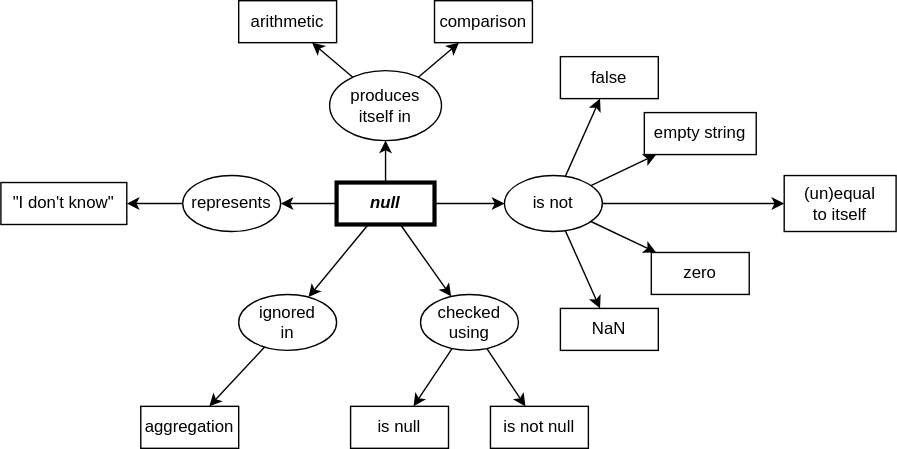
This is res/img/concept_map_null.svg from gvwilson/sql-tutorial, a draw.io export, as it was before one commit. Source tidied: cells renumbered, new cells last; positions are measured from the earlier drawing's top-left corner, leaving out a move shared by most shapes. Its diagram source:
```xml
<mxGraphModel>
  <root>
    <mxCell id="0" />
    <mxCell id="1" parent="0" />
    <mxCell id="2" value="&lt;i&gt;&lt;b&gt;null&lt;/b&gt;&lt;/i&gt;" style="rounded=0;whiteSpace=wrap;html=1;fillColor=none;strokeWidth=3;" parent="1" vertex="1">
      <mxGeometry x="240" y="130" width="70" height="30" as="geometry" />
    </mxCell>
    <mxCell id="3" value="is not" style="ellipse;whiteSpace=wrap;html=1;fillColor=none;" parent="1" vertex="1">
      <mxGeometry x="360" y="125" width="70" height="40" as="geometry" />
    </mxCell>
    <mxCell id="4" style="endArrow=classic;html=1;rounded=0;" parent="1" edge="1" source="2" target="3">
      <mxGeometry relative="1" as="geometry" />
    </mxCell>
    <mxCell id="5" style="endArrow=classic;html=1;rounded=0;" parent="1" edge="1" source="3" target="9">
      <mxGeometry relative="1" as="geometry" />
    </mxCell>
    <mxCell id="6" style="endArrow=classic;html=1;rounded=0;" parent="1" edge="1" source="3" target="10">
      <mxGeometry relative="1" as="geometry" />
    </mxCell>
    <mxCell id="7" style="endArrow=classic;html=1;rounded=0;" parent="1" edge="1" source="3" target="11">
      <mxGeometry relative="1" as="geometry" />
    </mxCell>
    <mxCell id="8" style="endArrow=classic;html=1;rounded=0;" parent="1" edge="1" source="3" target="12">
      <mxGeometry relative="1" as="geometry" />
    </mxCell>
    <mxCell id="9" value="false" style="rounded=0;whiteSpace=wrap;html=1;fillColor=none;" parent="1" vertex="1">
      <mxGeometry x="400" y="40" width="70" height="30" as="geometry" />
    </mxCell>
    <mxCell id="10" value="empty string" style="rounded=0;whiteSpace=wrap;html=1;fillColor=none;" parent="1" vertex="1">
      <mxGeometry x="460" y="80" width="80" height="30" as="geometry" />
    </mxCell>
    <mxCell id="11" value="zero" style="rounded=0;whiteSpace=wrap;html=1;fillColor=none;" parent="1" vertex="1">
      <mxGeometry x="465" y="180" width="70" height="30" as="geometry" />
    </mxCell>
    <mxCell id="12" value="NaN" style="rounded=0;whiteSpace=wrap;html=1;fillColor=none;" parent="1" vertex="1">
      <mxGeometry x="400" y="220" width="70" height="30" as="geometry" />
    </mxCell>
    <mxCell id="13" value="represents" style="ellipse;whiteSpace=wrap;html=1;fillColor=none;" parent="1" vertex="1">
      <mxGeometry x="130" y="125" width="70" height="40" as="geometry" />
    </mxCell>
    <mxCell id="14" style="endArrow=classic;html=1;rounded=0;" parent="1" edge="1" source="2" target="13">
      <mxGeometry relative="1" as="geometry" />
    </mxCell>
    <mxCell id="15" value="&quot;I don't know&quot;" style="rounded=0;whiteSpace=wrap;html=1;fillColor=none;" parent="1" vertex="1">
      <mxGeometry y="130" width="90" height="30" as="geometry" />
    </mxCell>
    <mxCell id="16" style="endArrow=classic;html=1;rounded=0;" parent="1" edge="1" source="13" target="15">
      <mxGeometry relative="1" as="geometry" />
    </mxCell>
    <mxCell id="17" value="produces&lt;br&gt;itself in" style="ellipse;whiteSpace=wrap;html=1;fillColor=none;" parent="1" vertex="1">
      <mxGeometry x="235" y="50" width="80" height="50" as="geometry" />
    </mxCell>
    <mxCell id="18" style="endArrow=classic;html=1;rounded=0;" parent="1" edge="1" source="2" target="17">
      <mxGeometry relative="1" as="geometry" />
    </mxCell>
    <mxCell id="19" value="arithmetic" style="rounded=0;whiteSpace=wrap;html=1;fillColor=none;" parent="1" vertex="1">
      <mxGeometry x="170" width="70" height="30" as="geometry" />
    </mxCell>
    <mxCell id="20" style="endArrow=classic;html=1;rounded=0;" parent="1" edge="1" source="17" target="19">
      <mxGeometry relative="1" as="geometry" />
    </mxCell>
    <mxCell id="21" value="comparison" style="rounded=0;whiteSpace=wrap;html=1;fillColor=none;" parent="1" vertex="1">
      <mxGeometry x="310" width="70" height="30" as="geometry" />
    </mxCell>
    <mxCell id="22" style="endArrow=classic;html=1;rounded=0;" parent="1" edge="1" source="17" target="21">
      <mxGeometry relative="1" as="geometry" />
    </mxCell>
    <mxCell id="23" value="ignored&lt;br&gt;in" style="ellipse;whiteSpace=wrap;html=1;fillColor=none;" parent="1" vertex="1">
      <mxGeometry x="170" y="210" width="70" height="40" as="geometry" />
    </mxCell>
    <mxCell id="24" style="endArrow=classic;html=1;rounded=0;" parent="1" edge="1" source="2" target="23">
      <mxGeometry relative="1" as="geometry" />
    </mxCell>
    <mxCell id="25" value="aggregation" style="rounded=0;whiteSpace=wrap;html=1;fillColor=none;" parent="1" vertex="1">
      <mxGeometry x="100" y="290" width="70" height="30" as="geometry" />
    </mxCell>
    <mxCell id="26" style="endArrow=classic;html=1;rounded=0;" parent="1" edge="1" source="23" target="25">
      <mxGeometry relative="1" as="geometry" />
    </mxCell>
    <mxCell id="27" value="checked using" style="ellipse;whiteSpace=wrap;html=1;fillColor=none;" parent="1" vertex="1">
      <mxGeometry x="300" y="210" width="70" height="40" as="geometry" />
    </mxCell>
    <mxCell id="28" style="endArrow=classic;html=1;rounded=0;" parent="1" edge="1" source="2" target="27">
      <mxGeometry relative="1" as="geometry" />
    </mxCell>
    <mxCell id="29" value="is null" style="rounded=0;whiteSpace=wrap;html=1;fillColor=none;" parent="1" vertex="1">
      <mxGeometry x="250" y="290" width="70" height="30" as="geometry" />
    </mxCell>
    <mxCell id="30" value="is not null" style="rounded=0;whiteSpace=wrap;html=1;fillColor=none;" parent="1" vertex="1">
      <mxGeometry x="350" y="290" width="70" height="30" as="geometry" />
    </mxCell>
    <mxCell id="31" style="endArrow=classic;html=1;rounded=0;" parent="1" edge="1" source="27" target="30">
      <mxGeometry relative="1" as="geometry" />
    </mxCell>
    <mxCell id="32" style="endArrow=classic;html=1;rounded=0;" parent="1" edge="1" source="27" target="29">
      <mxGeometry relative="1" as="geometry" />
    </mxCell>
    <mxCell id="33" value="(un)equal&lt;br&gt;to itself" style="rounded=0;whiteSpace=wrap;html=1;fillColor=none;" parent="1" vertex="1">
      <mxGeometry x="560" y="125" width="80" height="40" as="geometry" />
    </mxCell>
    <mxCell id="34" style="endArrow=classic;html=1;rounded=0;" parent="1" edge="1" source="3" target="33">
      <mxGeometry relative="1" as="geometry" />
    </mxCell>
  </root>
</mxGraphModel>
```
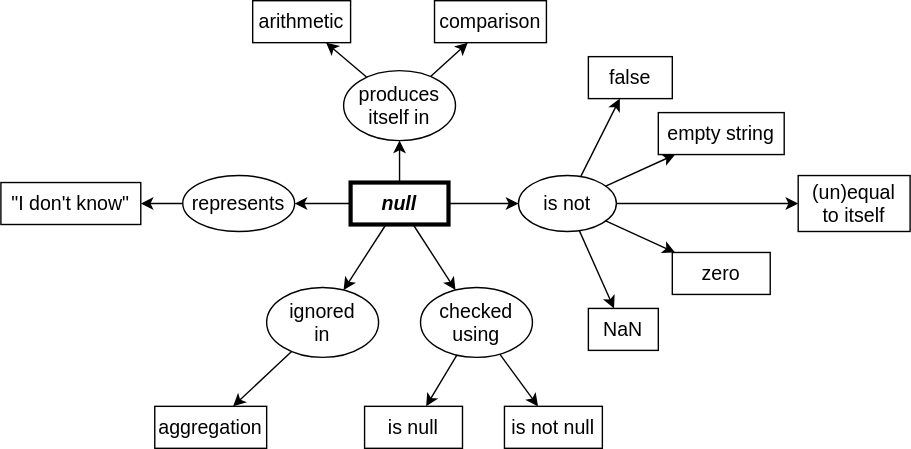
Above is the later version.

The edit, as a diff of the source:
```diff
@@ -2,103 +2,103 @@
   <root>
     <mxCell id="0" />
     <mxCell id="1" parent="0" />
-    <mxCell id="2" value="&lt;i&gt;&lt;b&gt;null&lt;/b&gt;&lt;/i&gt;" style="rounded=0;whiteSpace=wrap;html=1;fillColor=none;strokeWidth=3;" parent="1" vertex="1">
+    <mxCell id="2" value="&lt;i style=&quot;font-size: 14px;&quot;&gt;&lt;b style=&quot;font-size: 14px;&quot;&gt;null&lt;/b&gt;&lt;/i&gt;" style="rounded=0;whiteSpace=wrap;html=1;fillColor=none;strokeWidth=3;fontSize=14;" parent="1" vertex="1">
       <mxGeometry x="240" y="130" width="70" height="30" as="geometry" />
     </mxCell>
-    <mxCell id="3" value="is not" style="ellipse;whiteSpace=wrap;html=1;fillColor=none;" parent="1" vertex="1">
+    <mxCell id="3" value="is not" style="ellipse;whiteSpace=wrap;html=1;fillColor=none;fontSize=14;" parent="1" vertex="1">
       <mxGeometry x="360" y="125" width="70" height="40" as="geometry" />
     </mxCell>
-    <mxCell id="4" style="endArrow=classic;html=1;rounded=0;" parent="1" edge="1" source="2" target="3">
+    <mxCell id="4" style="endArrow=classic;html=1;rounded=0;fontSize=14;" parent="1" edge="1" source="2" target="3">
       <mxGeometry relative="1" as="geometry" />
     </mxCell>
-    <mxCell id="5" style="endArrow=classic;html=1;rounded=0;" parent="1" edge="1" source="3" target="9">
+    <mxCell id="5" style="endArrow=classic;html=1;rounded=0;fontSize=14;" parent="1" edge="1" source="3" target="9">
       <mxGeometry relative="1" as="geometry" />
     </mxCell>
-    <mxCell id="6" style="endArrow=classic;html=1;rounded=0;" parent="1" edge="1" source="3" target="10">
+    <mxCell id="6" style="endArrow=classic;html=1;rounded=0;fontSize=14;" parent="1" edge="1" source="3" target="10">
       <mxGeometry relative="1" as="geometry" />
     </mxCell>
-    <mxCell id="7" style="endArrow=classic;html=1;rounded=0;" parent="1" edge="1" source="3" target="11">
+    <mxCell id="7" style="endArrow=classic;html=1;rounded=0;fontSize=14;" parent="1" edge="1" source="3" target="11">
       <mxGeometry relative="1" as="geometry" />
     </mxCell>
-    <mxCell id="8" style="endArrow=classic;html=1;rounded=0;" parent="1" edge="1" source="3" target="12">
+    <mxCell id="8" style="endArrow=classic;html=1;rounded=0;fontSize=14;" parent="1" edge="1" source="3" target="12">
       <mxGeometry relative="1" as="geometry" />
     </mxCell>
-    <mxCell id="9" value="false" style="rounded=0;whiteSpace=wrap;html=1;fillColor=none;" parent="1" vertex="1">
-      <mxGeometry x="400" y="40" width="70" height="30" as="geometry" />
+    <mxCell id="9" value="false" style="rounded=0;whiteSpace=wrap;html=1;fillColor=none;fontSize=14;" parent="1" vertex="1">
+      <mxGeometry x="410" y="40" width="60" height="30" as="geometry" />
     </mxCell>
-    <mxCell id="10" value="empty string" style="rounded=0;whiteSpace=wrap;html=1;fillColor=none;" parent="1" vertex="1">
-      <mxGeometry x="460" y="80" width="80" height="30" as="geometry" />
+    <mxCell id="10" value="empty string" style="rounded=0;whiteSpace=wrap;html=1;fillColor=none;fontSize=14;" parent="1" vertex="1">
+      <mxGeometry x="460" y="80" width="90" height="30" as="geometry" />
     </mxCell>
-    <mxCell id="11" value="zero" style="rounded=0;whiteSpace=wrap;html=1;fillColor=none;" parent="1" vertex="1">
-      <mxGeometry x="465" y="180" width="70" height="30" as="geometry" />
+    <mxCell id="11" value="zero" style="rounded=0;whiteSpace=wrap;html=1;fillColor=none;fontSize=14;" parent="1" vertex="1">
+      <mxGeometry x="470" y="180" width="70" height="30" as="geometry" />
     </mxCell>
-    <mxCell id="12" value="NaN" style="rounded=0;whiteSpace=wrap;html=1;fillColor=none;" parent="1" vertex="1">
-      <mxGeometry x="400" y="220" width="70" height="30" as="geometry" />
+    <mxCell id="12" value="NaN" style="rounded=0;whiteSpace=wrap;html=1;fillColor=none;fontSize=14;" parent="1" vertex="1">
+      <mxGeometry x="410" y="220" width="50" height="30" as="geometry" />
     </mxCell>
-    <mxCell id="13" value="represents" style="ellipse;whiteSpace=wrap;html=1;fillColor=none;" parent="1" vertex="1">
-      <mxGeometry x="130" y="125" width="70" height="40" as="geometry" />
+    <mxCell id="13" value="represents" style="ellipse;whiteSpace=wrap;html=1;fillColor=none;fontSize=14;" parent="1" vertex="1">
+      <mxGeometry x="120" y="125" width="80" height="40" as="geometry" />
     </mxCell>
-    <mxCell id="14" style="endArrow=classic;html=1;rounded=0;" parent="1" edge="1" source="2" target="13">
+    <mxCell id="14" style="endArrow=classic;html=1;rounded=0;fontSize=14;" parent="1" edge="1" source="2" target="13">
       <mxGeometry relative="1" as="geometry" />
     </mxCell>
-    <mxCell id="15" value="&quot;I don't know&quot;" style="rounded=0;whiteSpace=wrap;html=1;fillColor=none;" parent="1" vertex="1">
-      <mxGeometry y="130" width="90" height="30" as="geometry" />
+    <mxCell id="15" value="&quot;I don't know&quot;" style="rounded=0;whiteSpace=wrap;html=1;fillColor=none;fontSize=14;" parent="1" vertex="1">
+      <mxGeometry x="-10" y="130" width="100" height="30" as="geometry" />
     </mxCell>
-    <mxCell id="16" style="endArrow=classic;html=1;rounded=0;" parent="1" edge="1" source="13" target="15">
+    <mxCell id="16" style="endArrow=classic;html=1;rounded=0;fontSize=14;" parent="1" edge="1" source="13" target="15">
       <mxGeometry relative="1" as="geometry" />
     </mxCell>
-    <mxCell id="17" value="produces&lt;br&gt;itself in" style="ellipse;whiteSpace=wrap;html=1;fillColor=none;" parent="1" vertex="1">
+    <mxCell id="17" value="produces&lt;br style=&quot;font-size: 14px;&quot;&gt;itself in" style="ellipse;whiteSpace=wrap;html=1;fillColor=none;fontSize=14;" parent="1" vertex="1">
       <mxGeometry x="235" y="50" width="80" height="50" as="geometry" />
     </mxCell>
-    <mxCell id="18" style="endArrow=classic;html=1;rounded=0;" parent="1" edge="1" source="2" target="17">
+    <mxCell id="18" style="endArrow=classic;html=1;rounded=0;fontSize=14;" parent="1" edge="1" source="2" target="17">
       <mxGeometry relative="1" as="geometry" />
     </mxCell>
-    <mxCell id="19" value="arithmetic" style="rounded=0;whiteSpace=wrap;html=1;fillColor=none;" parent="1" vertex="1">
+    <mxCell id="19" value="arithmetic" style="rounded=0;whiteSpace=wrap;html=1;fillColor=none;fontSize=14;" parent="1" vertex="1">
       <mxGeometry x="170" width="70" height="30" as="geometry" />
     </mxCell>
-    <mxCell id="20" style="endArrow=classic;html=1;rounded=0;" parent="1" edge="1" source="17" target="19">
+    <mxCell id="20" style="endArrow=classic;html=1;rounded=0;fontSize=14;" parent="1" edge="1" source="17" target="19">
       <mxGeometry relative="1" as="geometry" />
     </mxCell>
-    <mxCell id="21" value="comparison" style="rounded=0;whiteSpace=wrap;html=1;fillColor=none;" parent="1" vertex="1">
-      <mxGeometry x="310" width="70" height="30" as="geometry" />
+    <mxCell id="21" value="comparison" style="rounded=0;whiteSpace=wrap;html=1;fillColor=none;fontSize=14;" parent="1" vertex="1">
+      <mxGeometry x="300" width="80" height="30" as="geometry" />
     </mxCell>
-    <mxCell id="22" style="endArrow=classic;html=1;rounded=0;" parent="1" edge="1" source="17" target="21">
+    <mxCell id="22" style="endArrow=classic;html=1;rounded=0;fontSize=14;" parent="1" edge="1" source="17" target="21">
       <mxGeometry relative="1" as="geometry" />
     </mxCell>
-    <mxCell id="23" value="ignored&lt;br&gt;in" style="ellipse;whiteSpace=wrap;html=1;fillColor=none;" parent="1" vertex="1">
-      <mxGeometry x="170" y="210" width="70" height="40" as="geometry" />
+    <mxCell id="23" value="ignored&lt;br style=&quot;font-size: 14px;&quot;&gt;in" style="ellipse;whiteSpace=wrap;html=1;fillColor=none;fontSize=14;" parent="1" vertex="1">
+      <mxGeometry x="180" y="205" width="80" height="50" as="geometry" />
     </mxCell>
-    <mxCell id="24" style="endArrow=classic;html=1;rounded=0;" parent="1" edge="1" source="2" target="23">
+    <mxCell id="24" style="endArrow=classic;html=1;rounded=0;fontSize=14;" parent="1" edge="1" source="2" target="23">
       <mxGeometry relative="1" as="geometry" />
     </mxCell>
-    <mxCell id="25" value="aggregation" style="rounded=0;whiteSpace=wrap;html=1;fillColor=none;" parent="1" vertex="1">
-      <mxGeometry x="100" y="290" width="70" height="30" as="geometry" />
+    <mxCell id="25" value="aggregation" style="rounded=0;whiteSpace=wrap;html=1;fillColor=none;fontSize=14;" parent="1" vertex="1">
+      <mxGeometry x="100" y="290" width="80" height="30" as="geometry" />
     </mxCell>
-    <mxCell id="26" style="endArrow=classic;html=1;rounded=0;" parent="1" edge="1" source="23" target="25">
+    <mxCell id="26" style="endArrow=classic;html=1;rounded=0;fontSize=14;" parent="1" edge="1" source="23" target="25">
       <mxGeometry relative="1" as="geometry" />
     </mxCell>
-    <mxCell id="27" value="checked using" style="ellipse;whiteSpace=wrap;html=1;fillColor=none;" parent="1" vertex="1">
-      <mxGeometry x="300" y="210" width="70" height="40" as="geometry" />
+    <mxCell id="27" value="checked using" style="ellipse;whiteSpace=wrap;html=1;fillColor=none;fontSize=14;" parent="1" vertex="1">
+      <mxGeometry x="290" y="205" width="80" height="50" as="geometry" />
     </mxCell>
-    <mxCell id="28" style="endArrow=classic;html=1;rounded=0;" parent="1" edge="1" source="2" target="27">
+    <mxCell id="28" style="endArrow=classic;html=1;rounded=0;fontSize=14;" parent="1" edge="1" source="2" target="27">
       <mxGeometry relative="1" as="geometry" />
     </mxCell>
-    <mxCell id="29" value="is null" style="rounded=0;whiteSpace=wrap;html=1;fillColor=none;" parent="1" vertex="1">
+    <mxCell id="29" value="is null" style="rounded=0;whiteSpace=wrap;html=1;fillColor=none;fontSize=14;" parent="1" vertex="1">
       <mxGeometry x="250" y="290" width="70" height="30" as="geometry" />
     </mxCell>
-    <mxCell id="30" value="is not null" style="rounded=0;whiteSpace=wrap;html=1;fillColor=none;" parent="1" vertex="1">
+    <mxCell id="30" value="is not null" style="rounded=0;whiteSpace=wrap;html=1;fillColor=none;fontSize=14;" parent="1" vertex="1">
       <mxGeometry x="350" y="290" width="70" height="30" as="geometry" />
     </mxCell>
-    <mxCell id="31" style="endArrow=classic;html=1;rounded=0;" parent="1" edge="1" source="27" target="30">
+    <mxCell id="31" style="endArrow=classic;html=1;rounded=0;fontSize=14;" parent="1" edge="1" source="27" target="30">
       <mxGeometry relative="1" as="geometry" />
     </mxCell>
-    <mxCell id="32" style="endArrow=classic;html=1;rounded=0;" parent="1" edge="1" source="27" target="29">
+    <mxCell id="32" style="endArrow=classic;html=1;rounded=0;fontSize=14;" parent="1" edge="1" source="27" target="29">
       <mxGeometry relative="1" as="geometry" />
     </mxCell>
-    <mxCell id="33" value="(un)equal&lt;br&gt;to itself" style="rounded=0;whiteSpace=wrap;html=1;fillColor=none;" parent="1" vertex="1">
+    <mxCell id="33" value="(un)equal&lt;br style=&quot;font-size: 14px;&quot;&gt;to itself" style="rounded=0;whiteSpace=wrap;html=1;fillColor=none;fontSize=14;" parent="1" vertex="1">
       <mxGeometry x="560" y="125" width="80" height="40" as="geometry" />
     </mxCell>
-    <mxCell id="34" style="endArrow=classic;html=1;rounded=0;" parent="1" edge="1" source="3" target="33">
+    <mxCell id="34" style="endArrow=classic;html=1;rounded=0;fontSize=14;" parent="1" edge="1" source="3" target="33">
       <mxGeometry relative="1" as="geometry" />
     </mxCell>
   </root>
```
